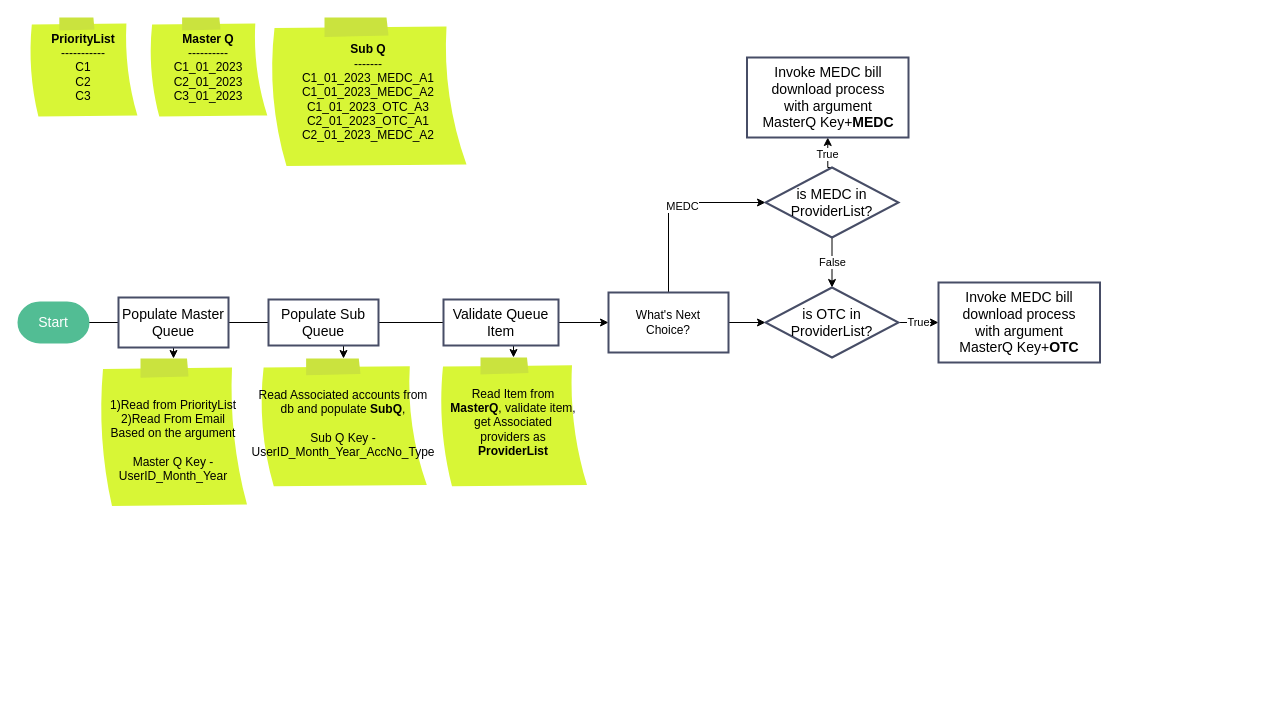
Before: OIFC_BAP.drawio in shanvpz/BluePrism, a draw.io diagram. Source tidied: cells renumbered, new cells numbered last; positions are measured from the earlier drawing's top-left corner, leaving out a move shared by most shapes. Both pictures are drawn from the tidied source at 100%, with x=0, y=0 at pixel (18, 17).
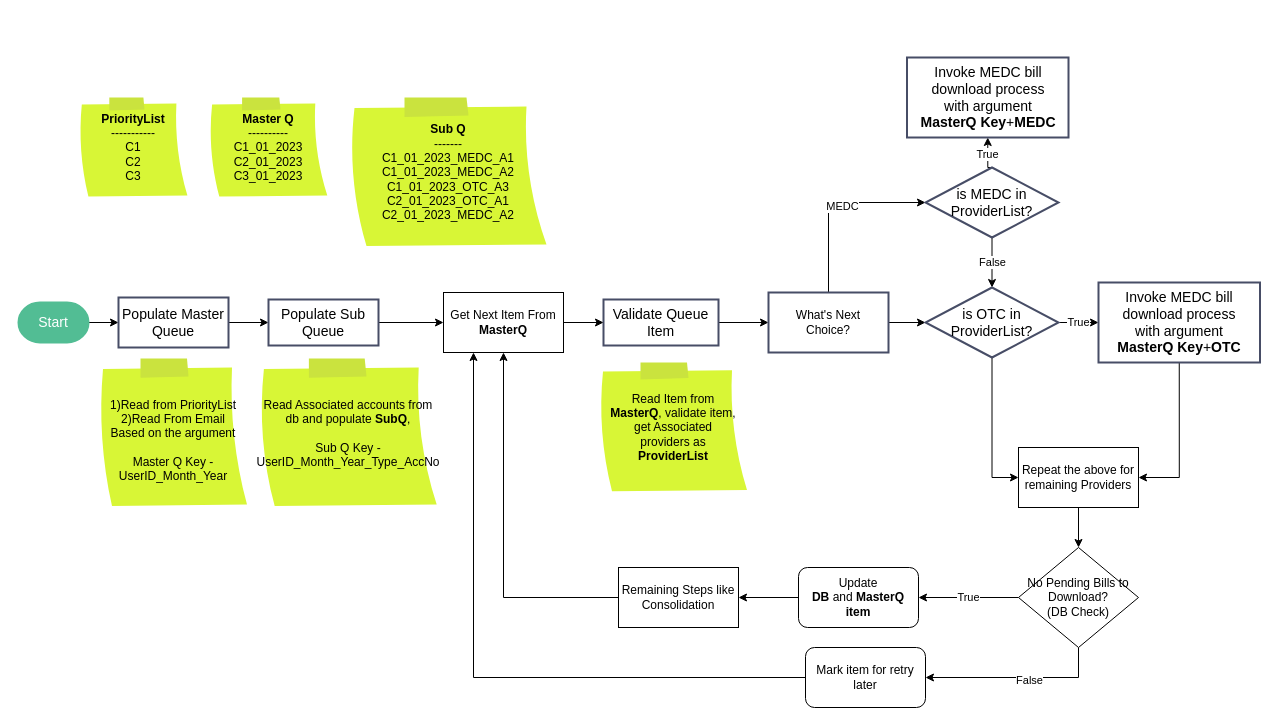
Above is the later version.

Unchanged cells that the change refers to:
```xml
<mxCell id="6" value="Start" style="fontSize=14;zwfType=basicShape;strokeWidth=2;html=1;shape=mxgraph.flowchart.terminator;whiteSpace=wrap;strokeColor=#52BD94;fontColor=#FFFFFF;fillColor=#52BD94;" parent="1" vertex="1">
  <mxGeometry y="285" width="70" height="40" as="geometry" />
</mxCell>
<mxCell id="8" value="Populate Master Queue" style="fontSize=14;zwfType=basicShape;rounded=0;strokeWidth=2;strokeColor=#474D66;whiteSpace=wrap;html=1;" parent="1" vertex="1">
  <mxGeometry x="100" y="280" width="110" height="50" as="geometry" />
</mxCell>
<mxCell id="10" value="Populate Sub Queue" style="fontSize=14;zwfType=basicShape;rounded=0;strokeWidth=2;strokeColor=#474D66;whiteSpace=wrap;html=1;" parent="1" vertex="1">
  <mxGeometry x="250" y="282" width="110" height="46" as="geometry" />
</mxCell>
<mxCell id="11" value="&lt;br&gt;1)Read from PriorityList&lt;br&gt;2)Read From Email&lt;br&gt;Based on the argument&lt;br&gt;&lt;br&gt;Master Q Key - UserID_Month_Year" style="spacingLeft=10;spacingRight=10;shape=mxgraph.mockup.text.stickyNote2;zwfType=stickyShape;strokeWidth=0;strokeColor=#CAE33E;fillColor=#D8F636;whiteSpace=wrap;html=1;" parent="1" vertex="1">
  <mxGeometry x="80" y="341" width="150" height="149" as="geometry" />
</mxCell>
```

Diff of the diagram source:
```diff
@@
     <mxCell id="2" value="&lt;b&gt;PriorityList&lt;/b&gt;&lt;br&gt;-----------&lt;br&gt;C1&lt;br&gt;C2&lt;br&gt;C3" style="spacingLeft=10;spacingRight=10;shape=mxgraph.mockup.text.stickyNote2;zwfType=stickyShape;strokeWidth=0;strokeColor=#CAE33E;fillColor=#D8F636;whiteSpace=wrap;html=1;" parent="1" vertex="1">
-      <mxGeometry x="10" width="110" height="100" as="geometry" />
+      <mxGeometry x="60" y="80" width="110" height="100" as="geometry" />
     </mxCell>
     <mxCell id="3" value="&lt;b&gt;Master Q&lt;/b&gt;&lt;br&gt;----------&lt;br&gt;C1_01_2023&lt;br&gt;C2_01_2023&lt;br&gt;C3_01_2023" style="spacingLeft=10;spacingRight=10;shape=mxgraph.mockup.text.stickyNote2;zwfType=stickyShape;strokeWidth=0;strokeColor=#CAE33E;fillColor=#D8F636;whiteSpace=wrap;html=1;" parent="1" vertex="1">
-      <mxGeometry x="130" width="120" height="100" as="geometry" />
+      <mxGeometry x="190" y="80" width="120" height="100" as="geometry" />
     </mxCell>
     <mxCell id="4" value="&lt;b&gt;Sub Q&lt;/b&gt;&lt;br&gt;-------&lt;br&gt;C1_01_2023_MEDC_A1&lt;br&gt;C1_01_2023_MEDC_A2&lt;br&gt;C1_01_2023_OTC_A3&lt;br&gt;C2_01_2023_OTC_A1&lt;br&gt;C2_01_2023_MEDC_A2" style="spacingLeft=10;spacingRight=10;shape=mxgraph.mockup.text.stickyNote2;zwfType=stickyShape;strokeWidth=0;strokeColor=#CAE33E;fillColor=#D8F636;whiteSpace=wrap;html=1;" parent="1" vertex="1">
-      <mxGeometry x="250" width="200" height="150" as="geometry" />
+      <mxGeometry x="330" y="80" width="200" height="150" as="geometry" />
     </mxCell>
-    <mxCell id="5" style="edgeStyle=orthogonalEdgeStyle;rounded=0;jettySize=auto;html=1;" parent="1" edge="1" source="6" target="11">
-      <mxGeometry relative="1" as="geometry" />
-    </mxCell>
+    <mxCell id="27" style="edgeStyle=orthogonalEdgeStyle;rounded=0;jettySize=auto;html=1;exitX=1;exitY=0.5;exitDx=0;exitDy=0;exitPerimeter=0;entryX=0;entryY=0.5;entryDx=0;entryDy=0;" parent="1" edge="1" source="6" target="8">
+      <mxGeometry relative="1" as="geometry" />
+    </mxCell>
@@
-    <mxCell id="7" style="edgeStyle=orthogonalEdgeStyle;rounded=0;jettySize=auto;html=1;" parent="1" edge="1" source="8" target="12">
-      <mxGeometry relative="1" as="geometry" />
-    </mxCell>
+    <mxCell id="28" style="edgeStyle=orthogonalEdgeStyle;rounded=0;jettySize=auto;html=1;exitX=1;exitY=0.5;exitDx=0;exitDy=0;entryX=0;entryY=0.5;entryDx=0;entryDy=0;" parent="1" edge="1" source="8" target="10">
+      <mxGeometry relative="1" as="geometry" />
+    </mxCell>
@@
-    <mxCell id="9" style="edgeStyle=orthogonalEdgeStyle;rounded=0;jettySize=auto;html=1;" parent="1" edge="1" source="10" target="15">
-      <mxGeometry relative="1" as="geometry" />
-    </mxCell>
+    <mxCell id="29" style="edgeStyle=orthogonalEdgeStyle;rounded=0;jettySize=auto;html=1;exitX=1;exitY=0.5;exitDx=0;exitDy=0;entryX=0;entryY=0.5;entryDx=0;entryDy=0;" parent="1" edge="1" source="10" target="41">
+      <mxGeometry relative="1" as="geometry" />
+    </mxCell>
@@
-    <mxCell id="12" value="Read Associated accounts from db and populate &lt;b&gt;SubQ&lt;/b&gt;,&lt;br&gt;&amp;nbsp;&lt;br&gt;Sub Q Key -&lt;br&gt;UserID_Month_Year_AccNo_Type" style="spacingLeft=10;spacingRight=10;shape=mxgraph.mockup.text.stickyNote2;zwfType=stickyShape;strokeWidth=0;strokeColor=#CAE33E;fillColor=#D8F636;whiteSpace=wrap;html=1;" parent="1" vertex="1">
-      <mxGeometry x="240" y="341" width="170" height="129" as="geometry" />
+    <mxCell id="12" value="Read Associated accounts from db and populate &lt;b&gt;SubQ&lt;/b&gt;,&lt;br&gt;&amp;nbsp;&lt;br&gt;Sub Q Key -&lt;br&gt;UserID_Month_Year_Type_AccNo" style="spacingLeft=10;spacingRight=10;shape=mxgraph.mockup.text.stickyNote2;zwfType=stickyShape;strokeWidth=0;strokeColor=#CAE33E;fillColor=#D8F636;whiteSpace=wrap;html=1;" parent="1" vertex="1">
+      <mxGeometry x="240" y="341" width="180" height="149" as="geometry" />
     </mxCell>
@@
     <mxCell id="14" value="Validate Queue Item" style="fontSize=14;zwfType=basicShape;rounded=0;strokeWidth=2;strokeColor=#474D66;whiteSpace=wrap;html=1;" parent="1" vertex="1">
-      <mxGeometry x="425" y="282" width="115" height="46" as="geometry" />
+      <mxGeometry x="585" y="282" width="115" height="46" as="geometry" />
     </mxCell>
     <mxCell id="15" value="Read Item from &lt;b&gt;MasterQ&lt;/b&gt;, validate item, get Associated providers as &lt;b&gt;ProviderList&lt;/b&gt;" style="spacingLeft=10;spacingRight=10;shape=mxgraph.mockup.text.stickyNote2;zwfType=stickyShape;strokeWidth=0;strokeColor=#CAE33E;fillColor=#D8F636;whiteSpace=wrap;html=1;" parent="1" vertex="1">
-      <mxGeometry x="420" y="340" width="150" height="130" as="geometry" />
+      <mxGeometry x="580" y="345" width="150" height="130" as="geometry" />
     </mxCell>
@@
     <mxCell id="19" value="What's Next&lt;br&gt;Choice?" style="zwfType=basicShape;rounded=0;strokeWidth=2;strokeColor=#474D66;whiteSpace=wrap;html=1;" parent="1" vertex="1">
-      <mxGeometry x="590" y="275" width="120" height="60" as="geometry" />
+      <mxGeometry x="750" y="275" width="120" height="60" as="geometry" />
     </mxCell>
@@
     <mxCell id="22" value="is MEDC in ProviderList?" style="fontSize=14;spacingLeft=10;spacingRight=10;zwfType=basicShape;strokeWidth=2;rhombus;whiteSpace=wrap;html=1;strokeColor=#474D66;" parent="1" vertex="1">
-      <mxGeometry x="747" y="150" width="133" height="70" as="geometry" />
+      <mxGeometry x="907" y="150" width="133" height="70" as="geometry" />
     </mxCell>
-    <mxCell id="23" value="Invoke MEDC bill download process with argument MasterQ Key+&lt;b&gt;MEDC&lt;/b&gt;" style="fontSize=14;spacingLeft=10;spacingRight=10;zwfType=basicShape;rounded=0;strokeWidth=2;strokeColor=#474D66;whiteSpace=wrap;html=1;" parent="1" vertex="1">
-      <mxGeometry x="728.5" y="40" width="161.5" height="80" as="geometry" />
+    <mxCell id="23" value="Invoke MEDC bill download process with argument &lt;b&gt;MasterQ Key&lt;/b&gt;+&lt;b&gt;MEDC&lt;/b&gt;" style="fontSize=14;spacingLeft=10;spacingRight=10;zwfType=basicShape;rounded=0;strokeWidth=2;strokeColor=#474D66;whiteSpace=wrap;html=1;" parent="1" vertex="1">
+      <mxGeometry x="888.5" y="40" width="161.5" height="80" as="geometry" />
     </mxCell>
@@
+    <mxCell id="30" style="edgeStyle=orthogonalEdgeStyle;rounded=0;jettySize=auto;html=1;exitX=0.5;exitY=1;exitDx=0;exitDy=0;entryX=0;entryY=0.5;entryDx=0;entryDy=0;" parent="1" edge="1" source="25" target="33">
+      <mxGeometry relative="1" as="geometry" />
+    </mxCell>
     <mxCell id="25" value="is OTC in ProviderList?" style="fontSize=14;spacingLeft=10;spacingRight=10;zwfType=basicShape;strokeWidth=2;rhombus;whiteSpace=wrap;html=1;strokeColor=#474D66;" parent="1" vertex="1">
-      <mxGeometry x="747" y="270" width="133" height="70" as="geometry" />
+      <mxGeometry x="907" y="270" width="133" height="70" as="geometry" />
     </mxCell>
+    <mxCell id="31" style="edgeStyle=orthogonalEdgeStyle;rounded=0;jettySize=auto;html=1;exitX=0.5;exitY=1;exitDx=0;exitDy=0;entryX=1;entryY=0.5;entryDx=0;entryDy=0;" parent="1" edge="1" source="26" target="33">
+      <mxGeometry relative="1" as="geometry" />
+    </mxCell>
-    <mxCell id="26" value="Invoke MEDC bill download process with argument MasterQ Key+&lt;b&gt;OTC&lt;/b&gt;" style="fontSize=14;spacingLeft=10;spacingRight=10;zwfType=basicShape;rounded=0;strokeWidth=2;strokeColor=#474D66;whiteSpace=wrap;html=1;" parent="1" vertex="1">
-      <mxGeometry x="920" y="265" width="161.5" height="80" as="geometry" />
+    <mxCell id="26" value="Invoke MEDC bill download process with argument &lt;b&gt;MasterQ Key&lt;/b&gt;+&lt;b&gt;OTC&lt;/b&gt;" style="fontSize=14;spacingLeft=10;spacingRight=10;zwfType=basicShape;rounded=0;strokeWidth=2;strokeColor=#474D66;whiteSpace=wrap;html=1;" parent="1" vertex="1">
+      <mxGeometry x="1080" y="265" width="161.5" height="80" as="geometry" />
     </mxCell>
+    <mxCell id="32" style="edgeStyle=orthogonalEdgeStyle;rounded=0;jettySize=auto;html=1;exitX=0.5;exitY=1;exitDx=0;exitDy=0;entryX=0.5;entryY=0;entryDx=0;entryDy=0;" parent="1" edge="1" source="33" target="37">
+      <mxGeometry relative="1" as="geometry" />
+    </mxCell>
+    <mxCell id="33" value="Repeat the above for remaining Providers" style="rounded=0;whiteSpace=wrap;html=1;" parent="1" vertex="1">
+      <mxGeometry x="1000" y="430" width="120" height="60" as="geometry" />
+    </mxCell>
+    <mxCell id="34" value="True" style="edgeStyle=orthogonalEdgeStyle;rounded=0;jettySize=auto;html=1;exitX=0;exitY=0.5;exitDx=0;exitDy=0;entryX=1;entryY=0.5;entryDx=0;entryDy=0;" parent="1" edge="1" source="37" target="39">
+      <mxGeometry relative="1" as="geometry" />
+    </mxCell>
+    <mxCell id="35" style="edgeStyle=orthogonalEdgeStyle;rounded=0;jettySize=auto;html=1;exitX=0.5;exitY=1;exitDx=0;exitDy=0;" parent="1" edge="1" source="37" target="45">
+      <mxGeometry relative="1" as="geometry" />
+    </mxCell>
+    <mxCell id="36" value="False" style="edgeLabel;html=1;align=center;verticalAlign=middle;" parent="35" vertex="1">
+      <mxGeometry x="-0.13" y="2" relative="1" as="geometry" />
+    </mxCell>
+    <mxCell id="37" value="No Pending Bills to Download?&lt;br&gt;(DB Check)" style="rhombus;whiteSpace=wrap;html=1;" parent="1" vertex="1">
+      <mxGeometry x="1000" y="530" width="120" height="100" as="geometry" />
+    </mxCell>
+    <mxCell id="38" style="edgeStyle=orthogonalEdgeStyle;rounded=0;jettySize=auto;html=1;exitX=0;exitY=0.5;exitDx=0;exitDy=0;entryX=1;entryY=0.5;entryDx=0;entryDy=0;" parent="1" edge="1" source="39" target="43">
+      <mxGeometry relative="1" as="geometry" />
+    </mxCell>
+    <mxCell id="39" value="Update &lt;b&gt;DB&lt;/b&gt;&amp;nbsp;and&amp;nbsp;&lt;b&gt;MasterQ item&lt;/b&gt;" style="rounded=1;whiteSpace=wrap;html=1;" parent="1" vertex="1">
+      <mxGeometry x="780" y="550" width="120" height="60" as="geometry" />
+    </mxCell>
+    <mxCell id="40" style="edgeStyle=orthogonalEdgeStyle;rounded=0;jettySize=auto;html=1;exitX=1;exitY=0.5;exitDx=0;exitDy=0;" parent="1" edge="1" source="41" target="14">
+      <mxGeometry relative="1" as="geometry" />
+    </mxCell>
+    <mxCell id="41" value="Get Next Item From &lt;b&gt;MasterQ&lt;/b&gt;" style="rounded=0;whiteSpace=wrap;html=1;" parent="1" vertex="1">
+      <mxGeometry x="425" y="275" width="120" height="60" as="geometry" />
+    </mxCell>
+    <mxCell id="42" style="edgeStyle=orthogonalEdgeStyle;rounded=0;jettySize=auto;html=1;exitX=0;exitY=0.5;exitDx=0;exitDy=0;entryX=0.5;entryY=1;entryDx=0;entryDy=0;" parent="1" edge="1" source="43" target="41">
+      <mxGeometry relative="1" as="geometry" />
+    </mxCell>
+    <mxCell id="43" value="Remaining Steps like Consolidation" style="rounded=0;whiteSpace=wrap;html=1;" parent="1" vertex="1">
+      <mxGeometry x="600" y="550" width="120" height="60" as="geometry" />
+    </mxCell>
+    <mxCell id="44" style="edgeStyle=orthogonalEdgeStyle;rounded=0;jettySize=auto;html=1;exitX=0;exitY=0.5;exitDx=0;exitDy=0;entryX=0.25;entryY=1;entryDx=0;entryDy=0;" parent="1" edge="1" source="45" target="41">
+      <mxGeometry relative="1" as="geometry" />
+    </mxCell>
+    <mxCell id="45" value="Mark item for retry later" style="rounded=1;whiteSpace=wrap;html=1;" parent="1" vertex="1">
+      <mxGeometry x="787" y="630" width="120" height="60" as="geometry" />
+    </mxCell>
```
